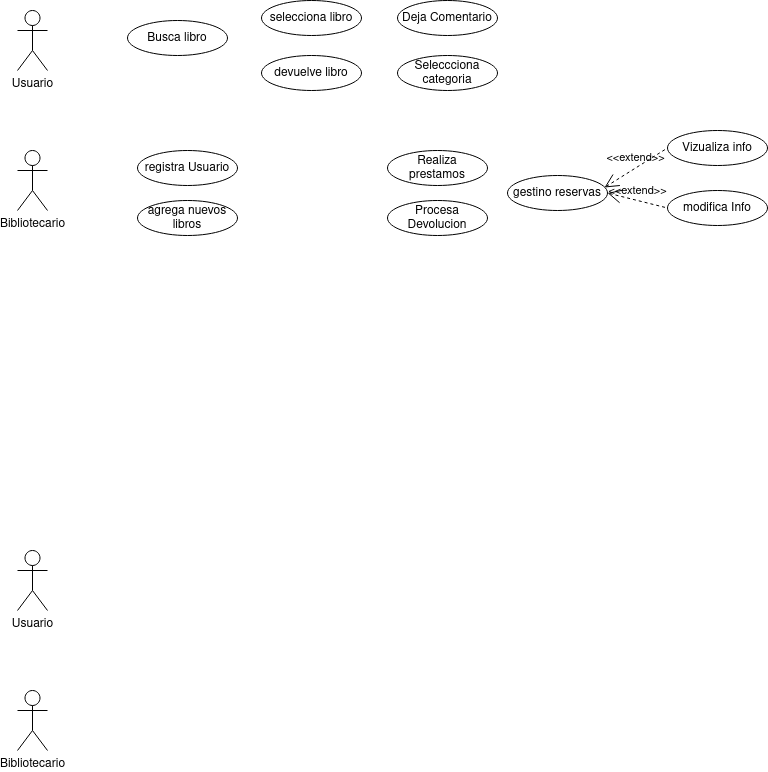
The draw.io diagram practicas/DiagramaCUProyecto.png in adogonz23/programacion, before a commit. Source tidied: cells renumbered, new cells last; positions are measured from the earlier drawing's top-left corner, leaving out a move shared by most shapes.
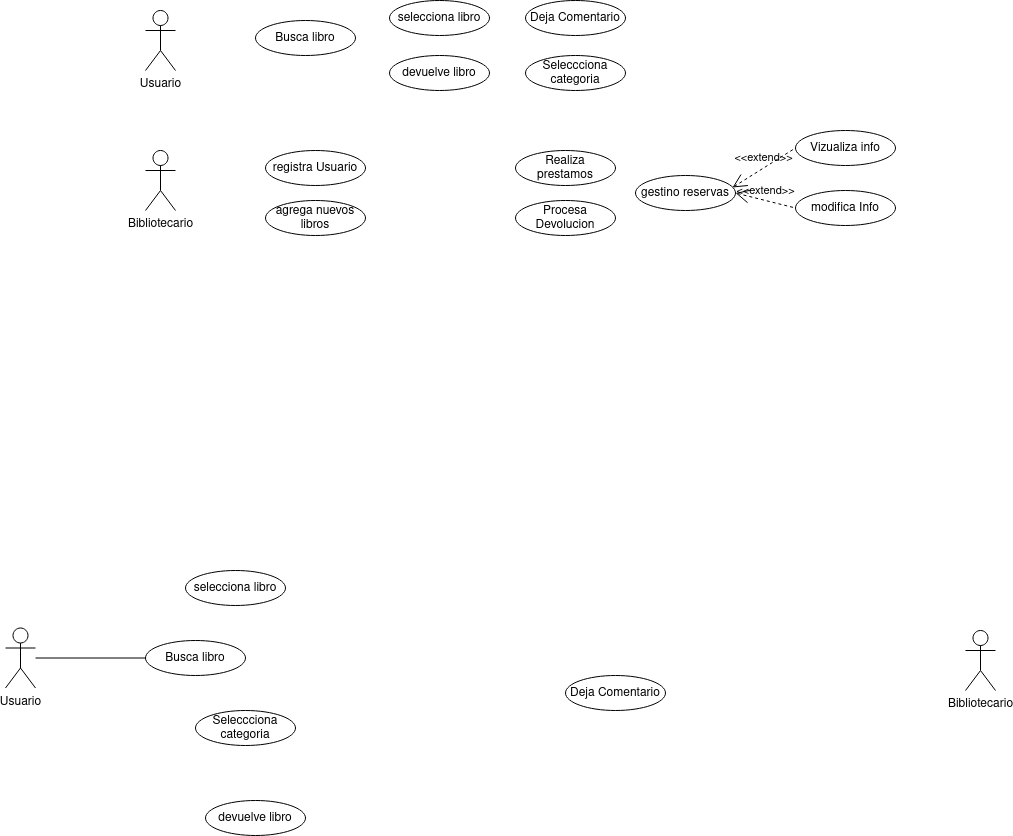
The same diagram one commit later.

What changed in the source:
```diff
@@ -50,11 +50,29 @@
     <mxCell id="17" value="&amp;lt;&amp;lt;extend&amp;gt;&amp;gt;" style="edgeStyle=none;html=1;startArrow=open;endArrow=none;startSize=12;verticalAlign=bottom;dashed=1;labelBackgroundColor=none;rounded=0;entryX=0;entryY=0.5;entryDx=0;entryDy=0;exitX=1;exitY=0.5;exitDx=0;exitDy=0;" parent="1" edge="1" source="11" target="14">
       <mxGeometry relative="1" as="geometry" />
     </mxCell>
+    <mxCell id="20" style="rounded=0;jettySize=auto;html=1;endArrow=none;endFill=0;" parent="1" edge="1" source="18" target="21">
+      <mxGeometry relative="1" as="geometry" />
+    </mxCell>
     <mxCell id="18" value="Usuario" style="shape=umlActor;html=1;verticalLabelPosition=bottom;verticalAlign=top;align=center;" parent="1" vertex="1">
-      <mxGeometry y="550" width="30" height="60" as="geometry" />
+      <mxGeometry x="-140" y="627.5" width="30" height="60" as="geometry" />
     </mxCell>
     <mxCell id="19" value="Bibliotecario" style="shape=umlActor;html=1;verticalLabelPosition=bottom;verticalAlign=top;align=center;" parent="1" vertex="1">
-      <mxGeometry y="690" width="30" height="60" as="geometry" />
+      <mxGeometry x="820" y="630" width="30" height="60" as="geometry" />
     </mxCell>
+    <mxCell id="21" value="Busca libro" style="ellipse;whiteSpace=wrap;html=1;" parent="1" vertex="1">
+      <mxGeometry y="640" width="100" height="35" as="geometry" />
+    </mxCell>
+    <mxCell id="22" value="devuelve libro" style="ellipse;whiteSpace=wrap;html=1;" parent="1" vertex="1">
+      <mxGeometry x="60" y="800" width="100" height="35" as="geometry" />
+    </mxCell>
+    <mxCell id="23" value="selecciona libro" style="ellipse;whiteSpace=wrap;html=1;" parent="1" vertex="1">
+      <mxGeometry x="40" y="570" width="100" height="35" as="geometry" />
+    </mxCell>
+    <mxCell id="24" value="Seleccciona categoria" style="ellipse;whiteSpace=wrap;html=1;" parent="1" vertex="1">
+      <mxGeometry x="50" y="710" width="100" height="35" as="geometry" />
+    </mxCell>
+    <mxCell id="25" value="Deja Comentario" style="ellipse;whiteSpace=wrap;html=1;" parent="1" vertex="1">
+      <mxGeometry x="420" y="675" width="100" height="35" as="geometry" />
+    </mxCell>
   </root>
 </mxGraphModel>
```
